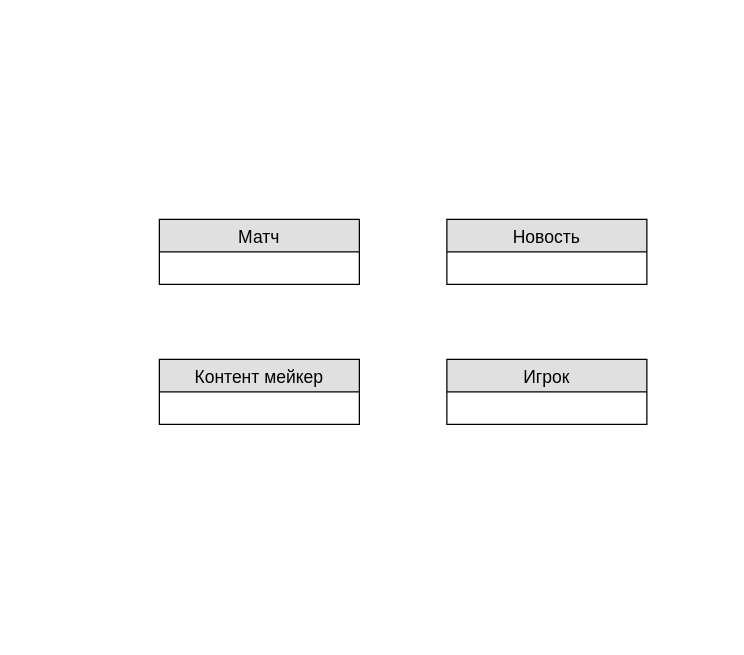
NativCos/CSF.Semestr6.TPO keeps this draw.io diagram as page "БД" (5 of 5) of docs/Diagrams.drawio. Above is the earlier version. Source tidied: cells renumbered, new cells numbered last; positions are measured from the earlier drawing's top-left corner, leaving out a move shared by most shapes. Both pictures are drawn from the tidied source at 125%, with x=0, y=0 at pixel (159, 219).
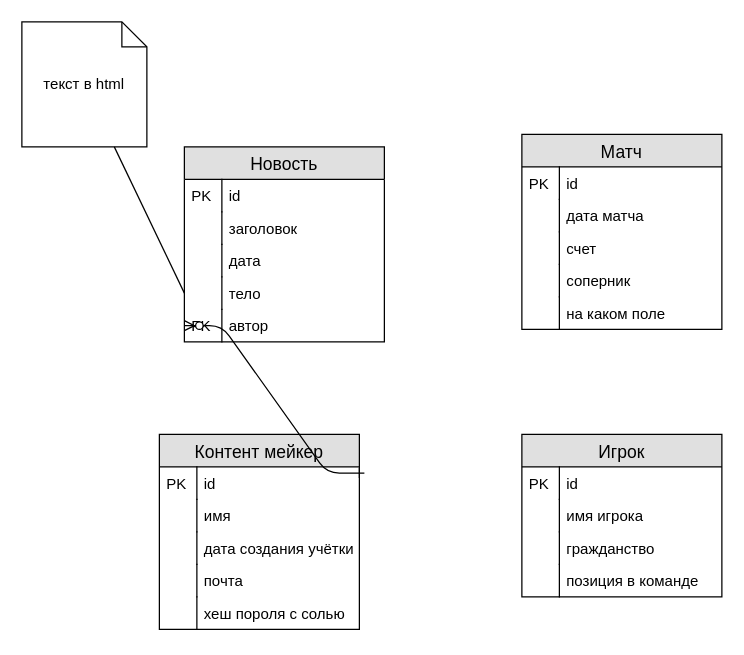
The same diagram, later.

What changed in the source:
```diff
@@
     <mxCell id="2" value="Новость" style="swimlane;fontStyle=0;horizontal=1;startSize=26;fillColor=#e0e0e0;swimlaneFillColor=#ffffff;align=center;fontSize=14;" parent="1" vertex="1">
-      <mxGeometry x="230" width="160" height="52" as="geometry" />
+      <mxGeometry x="20" y="-58" width="160" height="156" as="geometry" />
     </mxCell>
+    <mxCell id="6" value="id" style="shape=partialRectangle;top=0;left=0;right=0;bottom=0;align=left;verticalAlign=top;fillColor=none;spacingLeft=34;spacingRight=4;overflow=hidden;fontSize=12;" parent="2" vertex="1">
+      <mxGeometry y="26" width="160" height="26" as="geometry" />
+    </mxCell>
+    <mxCell id="7" value="PK" style="shape=partialRectangle;top=0;left=0;bottom=0;fillColor=none;align=left;verticalAlign=top;spacingLeft=4;spacingRight=4;overflow=hidden;fontSize=12;" parent="6" vertex="1">
+      <mxGeometry width="30" height="26" as="geometry" />
+    </mxCell>
+    <mxCell id="8" value="заголовок" style="shape=partialRectangle;top=0;left=0;right=0;bottom=0;align=left;verticalAlign=top;fillColor=none;spacingLeft=34;spacingRight=4;overflow=hidden;fontSize=12;" parent="2" vertex="1">
+      <mxGeometry y="52" width="160" height="26" as="geometry" />
+    </mxCell>
+    <mxCell id="9" style="shape=partialRectangle;top=0;left=0;bottom=0;fillColor=none;align=left;verticalAlign=top;spacingLeft=4;spacingRight=4;overflow=hidden;fontSize=12;" parent="8" vertex="1">
+      <mxGeometry width="30" height="26" as="geometry" />
+    </mxCell>
+    <mxCell id="10" value="дата" style="shape=partialRectangle;top=0;left=0;right=0;bottom=0;align=left;verticalAlign=top;fillColor=none;spacingLeft=34;spacingRight=4;overflow=hidden;fontSize=12;" parent="2" vertex="1">
+      <mxGeometry y="78" width="160" height="26" as="geometry" />
+    </mxCell>
+    <mxCell id="11" style="shape=partialRectangle;top=0;left=0;bottom=0;fillColor=none;align=left;verticalAlign=top;spacingLeft=4;spacingRight=4;overflow=hidden;fontSize=12;" parent="10" vertex="1">
+      <mxGeometry width="30" height="26" as="geometry" />
+    </mxCell>
+    <mxCell id="12" value="тело" style="shape=partialRectangle;top=0;left=0;right=0;bottom=0;align=left;verticalAlign=top;fillColor=none;spacingLeft=34;spacingRight=4;overflow=hidden;points=[[0,0.5],[1,0.5]];portConstraint=eastwest;fontSize=12;" parent="2" vertex="1">
+      <mxGeometry y="104" width="160" height="26" as="geometry" />
+    </mxCell>
+    <mxCell id="13" style="shape=partialRectangle;top=0;left=0;bottom=0;fillColor=none;align=left;verticalAlign=top;spacingLeft=4;spacingRight=4;overflow=hidden;fontSize=12;" parent="12" vertex="1">
+      <mxGeometry width="30" height="26" as="geometry" />
+    </mxCell>
+    <mxCell id="14" value="автор" style="shape=partialRectangle;top=0;left=0;right=0;bottom=0;align=left;verticalAlign=top;fillColor=none;spacingLeft=34;spacingRight=4;overflow=hidden;points=[[0,0.5],[1,0.5]];portConstraint=eastwest;fontSize=12;" parent="2" vertex="1">
+      <mxGeometry y="130" width="160" height="26" as="geometry" />
+    </mxCell>
+    <mxCell id="15" value="FK" style="shape=partialRectangle;top=0;left=0;bottom=0;fillColor=none;align=left;verticalAlign=top;spacingLeft=4;spacingRight=4;overflow=hidden;fontSize=12;" parent="14" vertex="1">
+      <mxGeometry width="30" height="26" as="geometry" />
+    </mxCell>
     <mxCell id="3" value="Контент мейкер" style="swimlane;fontStyle=0;horizontal=1;startSize=26;fillColor=#e0e0e0;swimlaneFillColor=#ffffff;align=center;fontSize=14;" parent="1" vertex="1">
-      <mxGeometry y="112" width="160" height="52" as="geometry" />
+      <mxGeometry y="172" width="160" height="156" as="geometry" />
     </mxCell>
+    <mxCell id="16" value="id" style="shape=partialRectangle;top=0;left=0;right=0;bottom=0;align=left;verticalAlign=top;fillColor=none;spacingLeft=34;spacingRight=4;overflow=hidden;points=[[0,0.5],[1,0.5]];portConstraint=eastwest;fontSize=12;" parent="3" vertex="1">
+      <mxGeometry y="26" width="160" height="26" as="geometry" />
+    </mxCell>
+    <mxCell id="17" value="PK" style="shape=partialRectangle;top=0;left=0;bottom=0;fillColor=none;align=left;verticalAlign=top;spacingLeft=4;spacingRight=4;overflow=hidden;fontSize=12;" parent="16" vertex="1">
+      <mxGeometry width="30" height="26" as="geometry" />
+    </mxCell>
+    <mxCell id="18" value="имя" style="shape=partialRectangle;top=0;left=0;right=0;bottom=0;align=left;verticalAlign=top;fillColor=none;spacingLeft=34;spacingRight=4;overflow=hidden;fontSize=12;" parent="3" vertex="1">
+      <mxGeometry y="52" width="160" height="26" as="geometry" />
+    </mxCell>
+    <mxCell id="19" style="shape=partialRectangle;top=0;left=0;bottom=0;fillColor=none;align=left;verticalAlign=top;spacingLeft=4;spacingRight=4;overflow=hidden;fontSize=12;" parent="18" vertex="1">
+      <mxGeometry width="30" height="26" as="geometry" />
+    </mxCell>
+    <mxCell id="20" value="дата создания учётки" style="shape=partialRectangle;top=0;left=0;right=0;bottom=0;align=left;verticalAlign=top;fillColor=none;spacingLeft=34;spacingRight=4;overflow=hidden;fontSize=12;" parent="3" vertex="1">
+      <mxGeometry y="78" width="160" height="26" as="geometry" />
+    </mxCell>
+    <mxCell id="21" style="shape=partialRectangle;top=0;left=0;bottom=0;fillColor=none;align=left;verticalAlign=top;spacingLeft=4;spacingRight=4;overflow=hidden;fontSize=12;" parent="20" vertex="1">
+      <mxGeometry width="30" height="26" as="geometry" />
+    </mxCell>
+    <mxCell id="22" value="почта" style="shape=partialRectangle;top=0;left=0;right=0;bottom=0;align=left;verticalAlign=top;fillColor=none;spacingLeft=34;spacingRight=4;overflow=hidden;fontSize=12;" parent="3" vertex="1">
+      <mxGeometry y="104" width="160" height="26" as="geometry" />
+    </mxCell>
+    <mxCell id="23" style="shape=partialRectangle;top=0;left=0;bottom=0;fillColor=none;align=left;verticalAlign=top;spacingLeft=4;spacingRight=4;overflow=hidden;fontSize=12;" parent="22" vertex="1">
+      <mxGeometry width="30" height="26" as="geometry" />
+    </mxCell>
+    <mxCell id="24" value="хеш пороля с солью" style="shape=partialRectangle;top=0;left=0;right=0;bottom=0;align=left;verticalAlign=top;fillColor=none;spacingLeft=34;spacingRight=4;overflow=hidden;fontSize=12;" parent="3" vertex="1">
+      <mxGeometry y="130" width="160" height="26" as="geometry" />
+    </mxCell>
+    <mxCell id="25" style="shape=partialRectangle;top=0;left=0;bottom=0;fillColor=none;align=left;verticalAlign=top;spacingLeft=4;spacingRight=4;overflow=hidden;fontSize=12;" parent="24" vertex="1">
+      <mxGeometry width="30" height="26" as="geometry" />
+    </mxCell>
     <mxCell id="4" value="Матч" style="swimlane;fontStyle=0;horizontal=1;startSize=26;fillColor=#e0e0e0;swimlaneFillColor=#ffffff;align=center;fontSize=14;" parent="1" vertex="1">
-      <mxGeometry width="160" height="52" as="geometry" />
+      <mxGeometry x="290" y="-68" width="160" height="156" as="geometry" />
     </mxCell>
+    <mxCell id="26" value="id" style="shape=partialRectangle;top=0;left=0;right=0;bottom=0;align=left;verticalAlign=top;fillColor=none;spacingLeft=34;spacingRight=4;overflow=hidden;fontSize=12;" parent="4" vertex="1">
+      <mxGeometry y="26" width="160" height="26" as="geometry" />
+    </mxCell>
+    <mxCell id="27" value="PK" style="shape=partialRectangle;top=0;left=0;bottom=0;fillColor=none;align=left;verticalAlign=top;spacingLeft=4;spacingRight=4;overflow=hidden;fontSize=12;" parent="26" vertex="1">
+      <mxGeometry width="30" height="26" as="geometry" />
+    </mxCell>
+    <mxCell id="28" value="дата матча" style="shape=partialRectangle;top=0;left=0;right=0;bottom=0;align=left;verticalAlign=top;fillColor=none;spacingLeft=34;spacingRight=4;overflow=hidden;fontSize=12;" parent="4" vertex="1">
+      <mxGeometry y="52" width="160" height="26" as="geometry" />
+    </mxCell>
+    <mxCell id="29" style="shape=partialRectangle;top=0;left=0;bottom=0;fillColor=none;align=left;verticalAlign=top;spacingLeft=4;spacingRight=4;overflow=hidden;fontSize=12;" parent="28" vertex="1">
+      <mxGeometry width="30" height="26" as="geometry" />
+    </mxCell>
+    <mxCell id="30" value="счет" style="shape=partialRectangle;top=0;left=0;right=0;bottom=0;align=left;verticalAlign=top;fillColor=none;spacingLeft=34;spacingRight=4;overflow=hidden;fontSize=12;" parent="4" vertex="1">
+      <mxGeometry y="78" width="160" height="26" as="geometry" />
+    </mxCell>
+    <mxCell id="31" style="shape=partialRectangle;top=0;left=0;bottom=0;fillColor=none;align=left;verticalAlign=top;spacingLeft=4;spacingRight=4;overflow=hidden;fontSize=12;" parent="30" vertex="1">
+      <mxGeometry width="30" height="26" as="geometry" />
+    </mxCell>
+    <mxCell id="32" value="соперник" style="shape=partialRectangle;top=0;left=0;right=0;bottom=0;align=left;verticalAlign=top;fillColor=none;spacingLeft=34;spacingRight=4;overflow=hidden;fontSize=12;" parent="4" vertex="1">
+      <mxGeometry y="104" width="160" height="26" as="geometry" />
+    </mxCell>
+    <mxCell id="33" style="shape=partialRectangle;top=0;left=0;bottom=0;fillColor=none;align=left;verticalAlign=top;spacingLeft=4;spacingRight=4;overflow=hidden;fontSize=12;" parent="32" vertex="1">
+      <mxGeometry width="30" height="26" as="geometry" />
+    </mxCell>
+    <mxCell id="34" value="на каком поле" style="shape=partialRectangle;top=0;left=0;right=0;bottom=0;align=left;verticalAlign=top;fillColor=none;spacingLeft=34;spacingRight=4;overflow=hidden;fontSize=12;" parent="4" vertex="1">
+      <mxGeometry y="130" width="160" height="26" as="geometry" />
+    </mxCell>
+    <mxCell id="35" style="shape=partialRectangle;top=0;left=0;bottom=0;fillColor=none;align=left;verticalAlign=top;spacingLeft=4;spacingRight=4;overflow=hidden;fontSize=12;" parent="34" vertex="1">
+      <mxGeometry width="30" height="26" as="geometry" />
+    </mxCell>
     <mxCell id="5" value="Игрок" style="swimlane;fontStyle=0;horizontal=1;startSize=26;fillColor=#e0e0e0;swimlaneFillColor=#ffffff;align=center;fontSize=14;" parent="1" vertex="1">
-      <mxGeometry x="230" y="112" width="160" height="52" as="geometry" />
+      <mxGeometry x="290" y="172" width="160" height="130" as="geometry" />
     </mxCell>
+    <mxCell id="36" value="id" style="shape=partialRectangle;top=0;left=0;right=0;bottom=0;align=left;verticalAlign=top;fillColor=none;spacingLeft=34;spacingRight=4;overflow=hidden;fontSize=12;" parent="5" vertex="1">
+      <mxGeometry y="26" width="160" height="26" as="geometry" />
+    </mxCell>
+    <mxCell id="37" value="PK" style="shape=partialRectangle;top=0;left=0;bottom=0;fillColor=none;align=left;verticalAlign=top;spacingLeft=4;spacingRight=4;overflow=hidden;fontSize=12;" parent="36" vertex="1">
+      <mxGeometry width="30" height="26" as="geometry" />
+    </mxCell>
+    <mxCell id="38" value="имя игрока" style="shape=partialRectangle;top=0;left=0;right=0;bottom=0;align=left;verticalAlign=top;fillColor=none;spacingLeft=34;spacingRight=4;overflow=hidden;fontSize=12;" parent="5" vertex="1">
+      <mxGeometry y="52" width="160" height="26" as="geometry" />
+    </mxCell>
+    <mxCell id="39" style="shape=partialRectangle;top=0;left=0;bottom=0;fillColor=none;align=left;verticalAlign=top;spacingLeft=4;spacingRight=4;overflow=hidden;fontSize=12;" parent="38" vertex="1">
+      <mxGeometry width="30" height="26" as="geometry" />
+    </mxCell>
+    <mxCell id="40" value="гражданство" style="shape=partialRectangle;top=0;left=0;right=0;bottom=0;align=left;verticalAlign=top;fillColor=none;spacingLeft=34;spacingRight=4;overflow=hidden;fontSize=12;" parent="5" vertex="1">
+      <mxGeometry y="78" width="160" height="26" as="geometry" />
+    </mxCell>
+    <mxCell id="41" style="shape=partialRectangle;top=0;left=0;bottom=0;fillColor=none;align=left;verticalAlign=top;spacingLeft=4;spacingRight=4;overflow=hidden;fontSize=12;" parent="40" vertex="1">
+      <mxGeometry width="30" height="26" as="geometry" />
+    </mxCell>
+    <mxCell id="42" value="позиция в команде" style="shape=partialRectangle;top=0;left=0;right=0;bottom=0;align=left;verticalAlign=top;fillColor=none;spacingLeft=34;spacingRight=4;overflow=hidden;fontSize=12;" parent="5" vertex="1">
+      <mxGeometry y="104" width="160" height="26" as="geometry" />
+    </mxCell>
+    <mxCell id="43" style="shape=partialRectangle;top=0;left=0;bottom=0;fillColor=none;align=left;verticalAlign=top;spacingLeft=4;spacingRight=4;overflow=hidden;fontSize=12;" parent="42" vertex="1">
+      <mxGeometry width="30" height="26" as="geometry" />
+    </mxCell>
+    <mxCell id="44" style="edgeStyle=entityRelationEdgeStyle;fontSize=12;html=1;endArrow=ERzeroToMany;startArrow=ERone;entryX=0;entryY=0.5;entryDx=0;entryDy=0;exitX=1.025;exitY=0.192;exitDx=0;exitDy=0;exitPerimeter=0;startFill=0;endFill=1;" parent="1" edge="1" source="16" target="14">
+      <mxGeometry relative="1" as="geometry" />
+    </mxCell>
+    <mxCell id="45" value="текст в html" style="shape=note;size=20;whiteSpace=wrap;html=1;fontSize=12;" parent="1" vertex="1">
+      <mxGeometry x="-110" y="-158" width="100" height="100" as="geometry" />
+    </mxCell>
+    <mxCell id="46" style="endArrow=none;html=1;rounded=0;fontSize=12;entryX=0;entryY=0.5;entryDx=0;entryDy=0;" parent="1" edge="1" source="45" target="12">
+      <mxGeometry relative="1" as="geometry" />
+    </mxCell>
```
